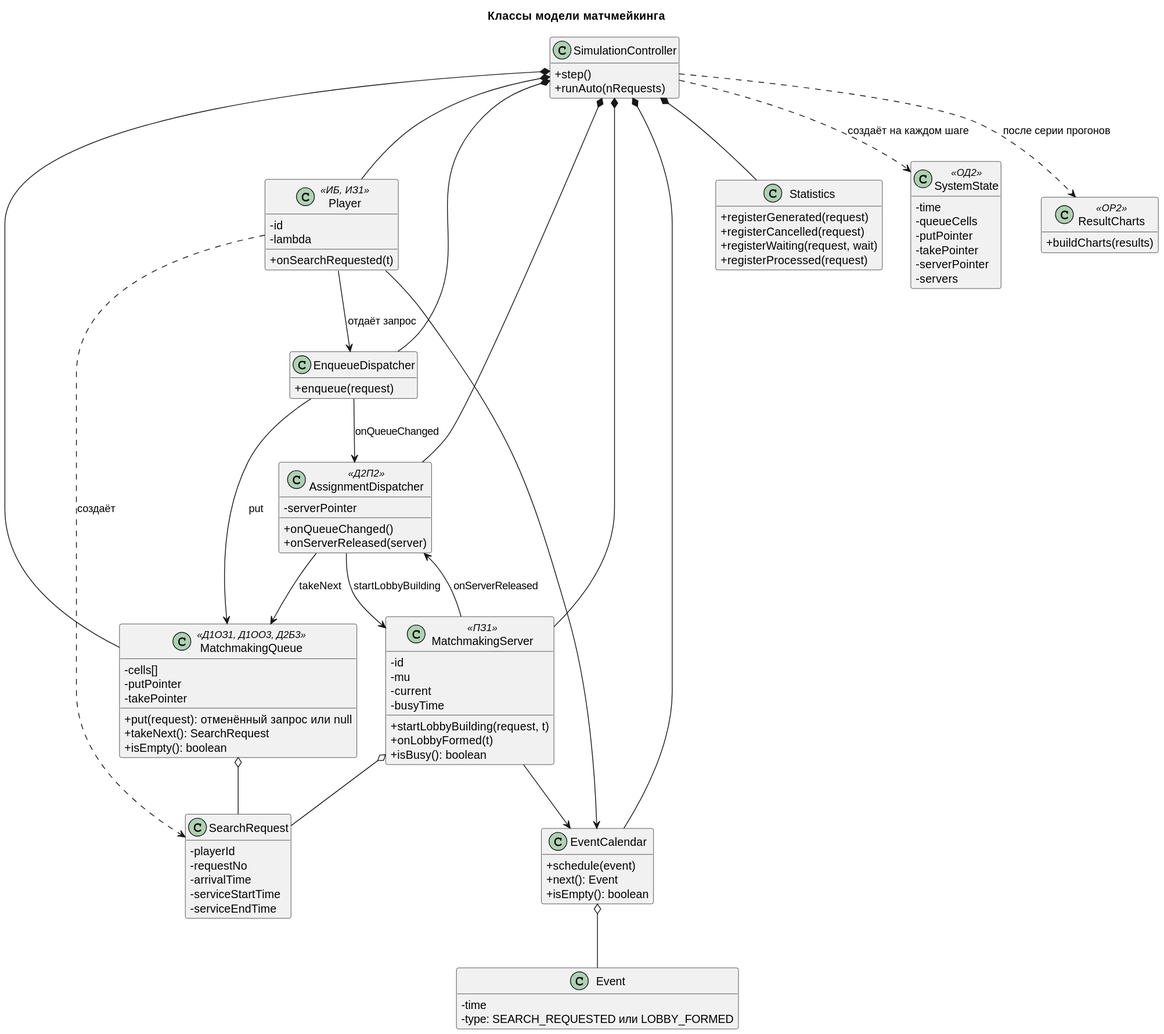
This is artifacts/imgs/class-model.svg from Exam-Play/smo-faceit-matchmaking, a PlantUML export, as it was before one commit. Source of this version:
```plantuml
@startuml
title Классы модели матчмейкинга
skinparam classAttributeIconSize 0
hide empty members

class SimulationController {
  + step()
  + runAuto(nRequests)
}
class EventCalendar {
  + schedule(event)
  + next(): Event
  + isEmpty(): boolean
}
class Event {
  - time
  - type: SEARCH_REQUESTED или LOBBY_FORMED
}

class Player <<ИБ, ИЗ1>> {
  - id
  - lambda
  + onSearchRequested(t)
}
class SearchRequest {
  - playerId
  - requestNo
  - arrivalTime
  - serviceStartTime
  - serviceEndTime
}
class EnqueueDispatcher {
  + enqueue(request)
}
class MatchmakingQueue <<Д1ОЗ1, Д1ОО3, Д2Б3>> {
  - cells[]
  - putPointer
  - takePointer
  + put(request): отменённый запрос или null
  + takeNext(): SearchRequest
  + isEmpty(): boolean
}
class AssignmentDispatcher <<Д2П2>> {
  - serverPointer
  + onQueueChanged()
  + onServerReleased(server)
}
class MatchmakingServer <<ПЗ1>> {
  - id
  - mu
  - current
  - busyTime
  + startLobbyBuilding(request, t)
  + onLobbyFormed(t)
  + isBusy(): boolean
}
class Statistics {
  + registerGenerated(request)
  + registerCancelled(request)
  + registerWaiting(request, wait)
  + registerProcessed(request)
}
class SystemState <<ОД2>> {
  - time
  - queueCells
  - putPointer
  - takePointer
  - serverPointer
  - servers
}
class ResultCharts <<ОР2>> {
  + buildCharts(results)
}

EventCalendar o-- Event
SimulationController *-- EventCalendar
SimulationController *-- Player
SimulationController *-- MatchmakingQueue
SimulationController *-- EnqueueDispatcher
SimulationController *-- AssignmentDispatcher
SimulationController *-- MatchmakingServer
SimulationController *-- Statistics
SimulationController ..> SystemState : создаёт на каждом шаге
SimulationController ..> ResultCharts : после серии прогонов

Player ..> SearchRequest : создаёт
Player --> EnqueueDispatcher : отдаёт запрос
EnqueueDispatcher --> MatchmakingQueue : put
AssignmentDispatcher --> MatchmakingQueue : takeNext
AssignmentDispatcher --> MatchmakingServer : startLobbyBuilding
MatchmakingServer --> AssignmentDispatcher : onServerReleased
EnqueueDispatcher --> AssignmentDispatcher : onQueueChanged
MatchmakingQueue o-- SearchRequest
MatchmakingServer o-- SearchRequest
Player --> EventCalendar
MatchmakingServer --> EventCalendar
@enduml
```
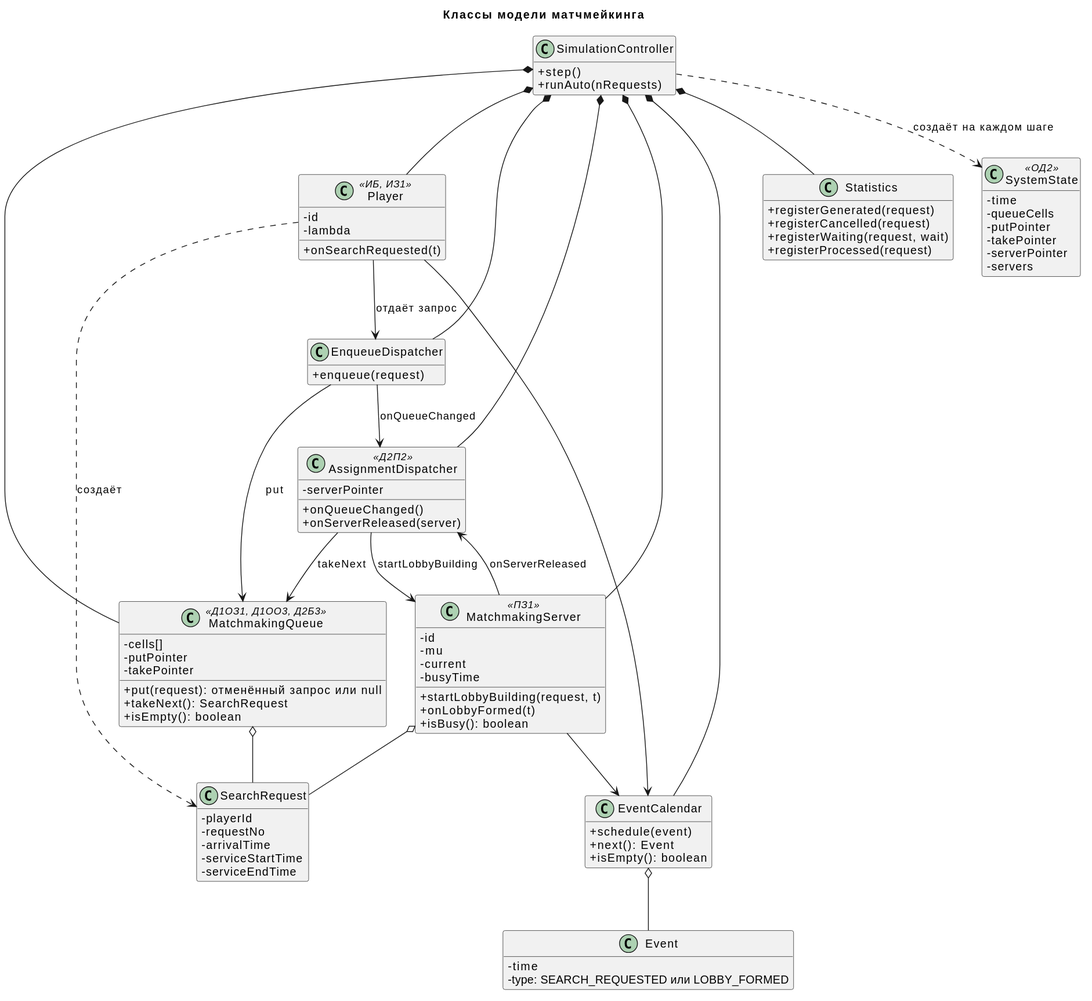
The same file after the commit.

The edit, as a diff of the source:
```diff
@@ -68,9 +68,6 @@
   - serverPointer
   - servers
 }
-class ResultCharts <<ОР2>> {
-  + buildCharts(results)
-}
 
 EventCalendar o-- Event
 SimulationController *-- EventCalendar
@@ -81,7 +78,6 @@
 SimulationController *-- MatchmakingServer
 SimulationController *-- Statistics
 SimulationController ..> SystemState : создаёт на каждом шаге
-SimulationController ..> ResultCharts : после серии прогонов
 
 Player ..> SearchRequest : создаёт
 Player --> EnqueueDispatcher : отдаёт запрос
```
